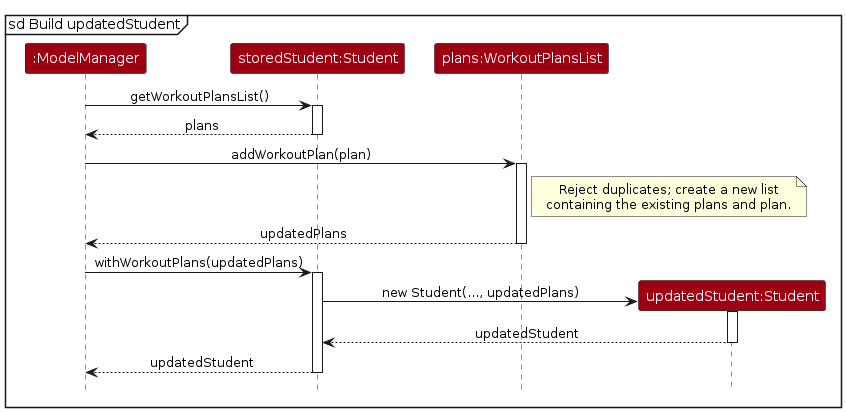
Before: diagrams/AddPlanUpdatedStudentSequenceDiagram.png, a diagram exported from PlantUML (AY2627S1-CS2103T-T11-4/tp). Its source is kept beside it as diagrams/AddPlanUpdatedStudentSequenceDiagram.puml. The source it was exported from:
```plantuml
@startuml
!include style.puml
skinparam ArrowFontStyle plain
skinparam maxMessageSize 250
mainframe sd Build updatedStudent

participant ":ModelManager" as Model MODEL_COLOR
participant "storedStudent:Student" as StoredStudent MODEL_COLOR
participant "plans:WorkoutPlansList" as Plans MODEL_COLOR
participant "updatedStudent:Student" as UpdatedStudent MODEL_COLOR

Model -> StoredStudent : getWorkoutPlansList()
activate StoredStudent
StoredStudent --> Model : plans
deactivate StoredStudent
Model -> Plans : addWorkoutPlan(plan)
activate Plans
note right of Plans
  Reject duplicates; create a new list
  containing the existing plans and plan.
end note
Plans --> Model : updatedPlans
deactivate Plans
Model -> StoredStudent : withWorkoutPlans(updatedPlans)
activate StoredStudent
create UpdatedStudent
StoredStudent -> UpdatedStudent : new Student(..., updatedPlans)
activate UpdatedStudent
UpdatedStudent --> StoredStudent : updatedStudent
deactivate UpdatedStudent
StoredStudent --> Model : updatedStudent
deactivate StoredStudent
@enduml
```
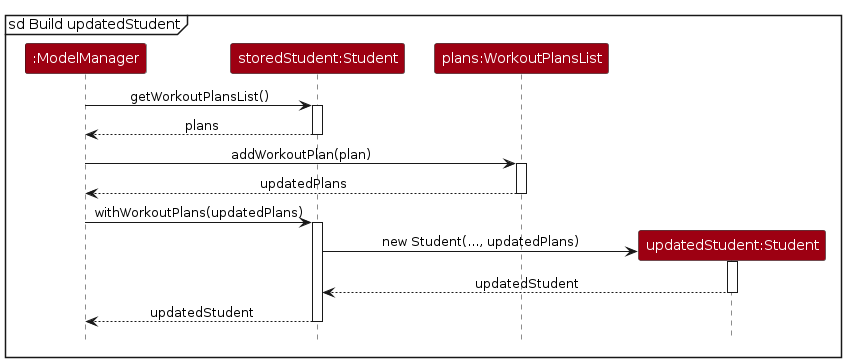
The same diagram one commit later.

Change to the diagram source:
```diff
@@ -15,10 +15,6 @@
 deactivate StoredStudent
 Model -> Plans : addWorkoutPlan(plan)
 activate Plans
-note right of Plans
-  Reject duplicates; create a new list
-  containing the existing plans and plan.
-end note
 Plans --> Model : updatedPlans
 deactivate Plans
 Model -> StoredStudent : withWorkoutPlans(updatedPlans)
```
